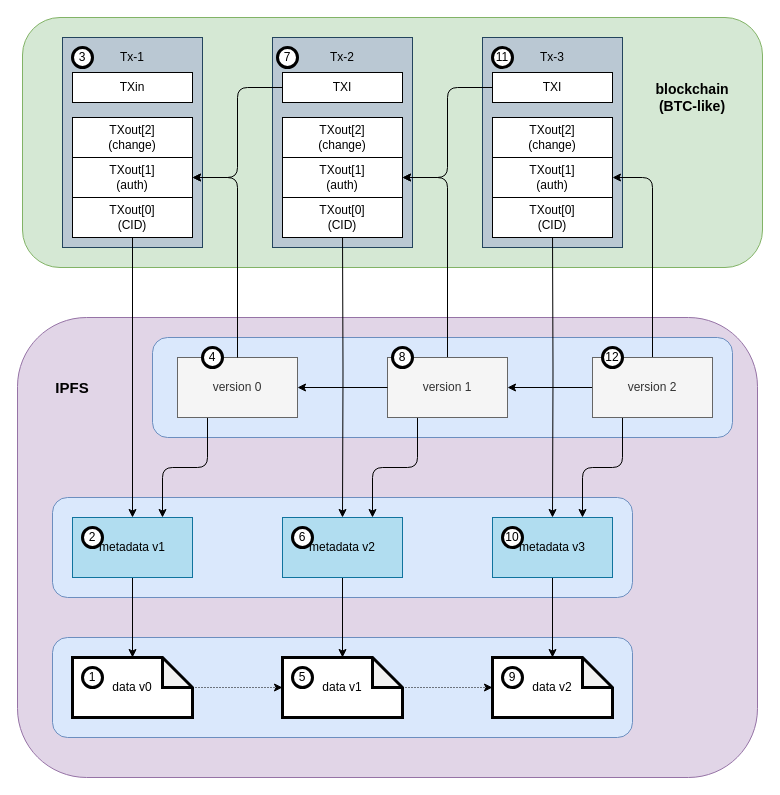
macterra/metatron keeps this draw.io diagram as docs/diagrams/versions.drawio. Above is the earlier version. Source tidied: cells renumbered, new cells numbered last; positions are measured from the earlier drawing's top-left corner, leaving out a move shared by most shapes. Both pictures are drawn from the tidied source at 100%, with x=0, y=0 at pixel (17, 17).
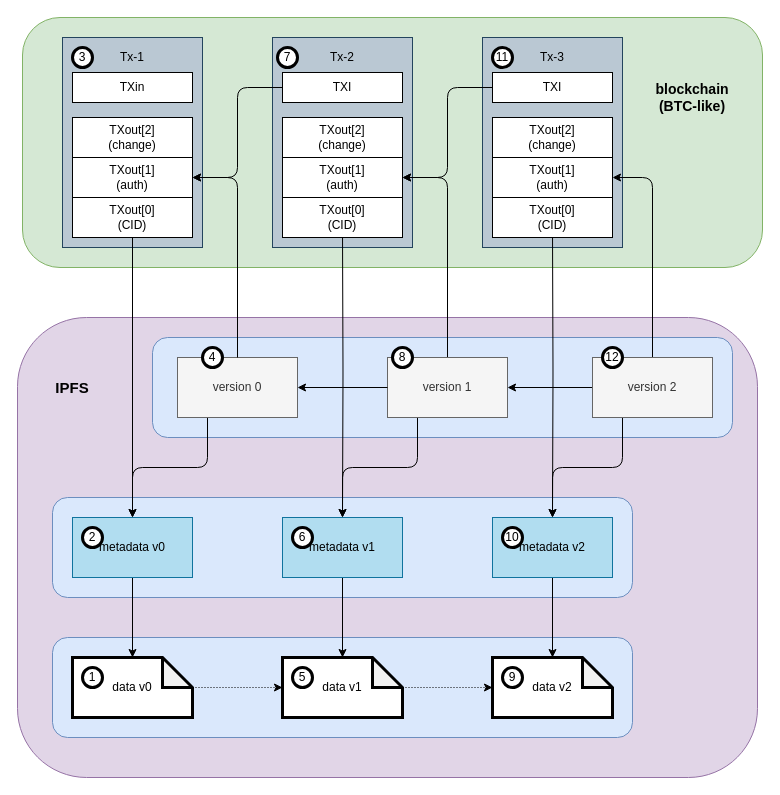
Above is the later version.

The change refers to these unchanged cells:
```xml
<mxCell id="10" value="version 0" style="rounded=0;whiteSpace=wrap;html=1;fillColor=#f5f5f5;strokeColor=#666666;fontColor=#333333;" parent="1" vertex="1">
  <mxGeometry x="160" y="340" width="120" height="60" as="geometry" />
</mxCell>
<mxCell id="23" value="version 1" style="rounded=0;whiteSpace=wrap;html=1;fillColor=#f5f5f5;strokeColor=#666666;fontColor=#333333;" parent="1" vertex="1">
  <mxGeometry x="370" y="340" width="120" height="60" as="geometry" />
</mxCell>
<mxCell id="53" value="version 2" style="rounded=0;whiteSpace=wrap;html=1;fillColor=#f5f5f5;strokeColor=#666666;fontColor=#333333;" parent="1" vertex="1">
  <mxGeometry x="575" y="340" width="120" height="60" as="geometry" />
</mxCell>
```

Diff of the diagram source:
```diff
@@
-    <mxCell id="9" style="edgeStyle=orthogonalEdgeStyle;rounded=1;jettySize=auto;html=1;exitX=0.25;exitY=1;exitDx=0;exitDy=0;entryX=0.75;entryY=0;entryDx=0;entryDy=0;" parent="1" edge="1" source="10" target="15">
+    <mxCell id="9" style="edgeStyle=orthogonalEdgeStyle;rounded=1;jettySize=auto;html=1;exitX=0.25;exitY=1;exitDx=0;exitDy=0;entryX=0.5;entryY=0;entryDx=0;entryDy=0;" parent="1" edge="1" source="10" target="15">
       <mxGeometry relative="1" as="geometry" />
     </mxCell>
@@
-    <mxCell id="15" value="metadata v1" style="rounded=0;whiteSpace=wrap;html=1;fillColor=#b1ddf0;strokeColor=#10739e;" parent="1" vertex="1">
+    <mxCell id="15" value="metadata v0" style="rounded=0;whiteSpace=wrap;html=1;fillColor=#b1ddf0;strokeColor=#10739e;" parent="1" vertex="1">
       <mxGeometry x="55" y="500" width="120" height="60" as="geometry" />
     </mxCell>
@@
-    <mxCell id="22" style="edgeStyle=orthogonalEdgeStyle;rounded=1;jettySize=auto;html=1;exitX=0.25;exitY=1;exitDx=0;exitDy=0;entryX=0.75;entryY=0;entryDx=0;entryDy=0;" parent="1" edge="1" source="23" target="39">
+    <mxCell id="22" style="edgeStyle=orthogonalEdgeStyle;rounded=1;jettySize=auto;html=1;exitX=0.25;exitY=1;exitDx=0;exitDy=0;entryX=0.5;entryY=0;entryDx=0;entryDy=0;" parent="1" edge="1" source="23" target="39">
       <mxGeometry relative="1" as="geometry" />
     </mxCell>
@@
-    <mxCell id="39" value="metadata v2" style="rounded=0;whiteSpace=wrap;html=1;fillColor=#b1ddf0;strokeColor=#10739e;" parent="1" vertex="1">
+    <mxCell id="39" value="metadata v1" style="rounded=0;whiteSpace=wrap;html=1;fillColor=#b1ddf0;strokeColor=#10739e;" parent="1" vertex="1">
       <mxGeometry x="265" y="500" width="120" height="60" as="geometry" />
     </mxCell>
@@
-    <mxCell id="49" value="metadata v3" style="rounded=0;whiteSpace=wrap;html=1;fillColor=#b1ddf0;strokeColor=#10739e;" parent="1" vertex="1">
+    <mxCell id="49" value="metadata v2" style="rounded=0;whiteSpace=wrap;html=1;fillColor=#b1ddf0;strokeColor=#10739e;" parent="1" vertex="1">
       <mxGeometry x="475" y="500" width="120" height="60" as="geometry" />
     </mxCell>
-    <mxCell id="50" style="edgeStyle=orthogonalEdgeStyle;rounded=1;jettySize=auto;html=1;exitX=0.25;exitY=1;exitDx=0;exitDy=0;entryX=0.75;entryY=0;entryDx=0;entryDy=0;" parent="1" edge="1" source="53" target="49">
+    <mxCell id="50" style="edgeStyle=orthogonalEdgeStyle;rounded=1;jettySize=auto;html=1;exitX=0.25;exitY=1;exitDx=0;exitDy=0;entryX=0.5;entryY=0;entryDx=0;entryDy=0;" parent="1" edge="1" source="53" target="49">
       <mxGeometry relative="1" as="geometry" />
     </mxCell>
```
